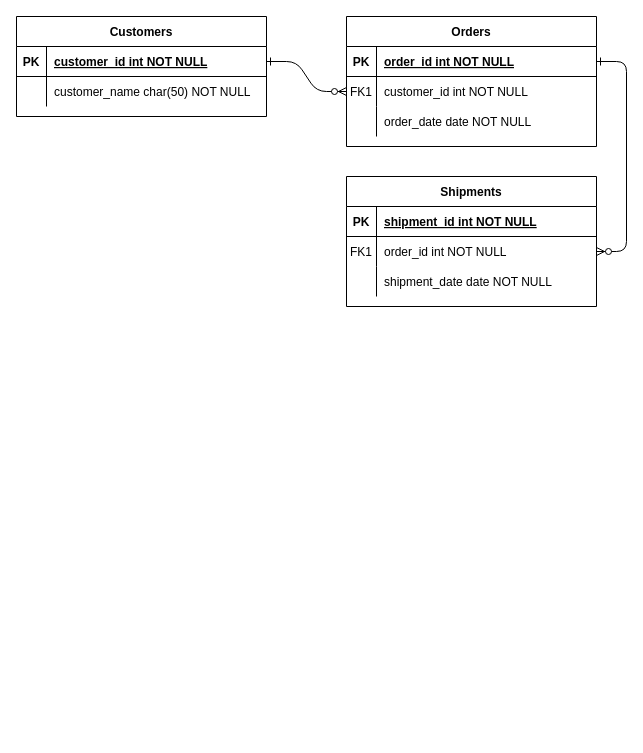
This is docs/Untitled Diagram.drawio from nicholas-133/sql-data-warehouse-project, a draw.io file, before an edit. Source tidied: cells renumbered, new cells numbered last; positions are measured from the earlier drawing's top-left corner, leaving out a move shared by most shapes. Both pictures are drawn from the tidied source at 100%, with x=0, y=0 at pixel (16, 16).
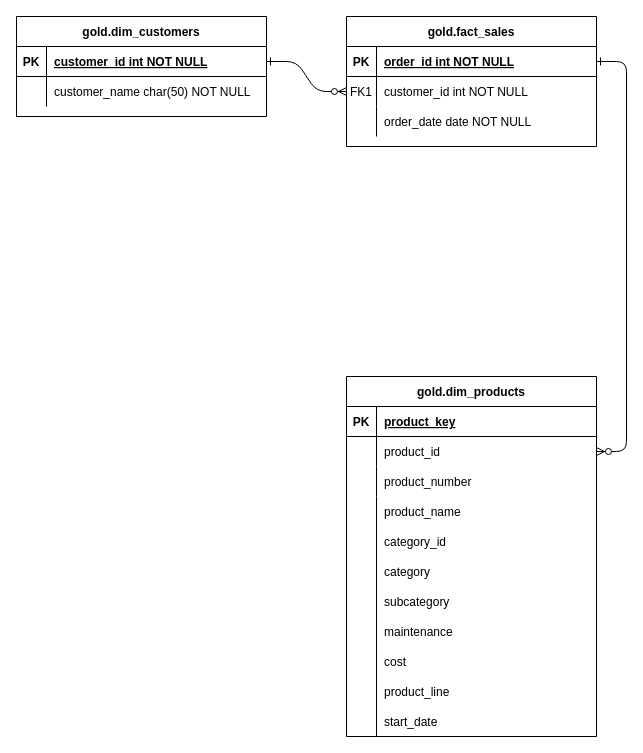
The same page after the edit.

Commit message (it also covers changes not shown here):
data_model

Unchanged cells that the change refers to:
```xml
<mxCell id="15" style="shape=partialRectangle;fillColor=none;top=0;left=0;right=0;bottom=1;" parent="14" vertex="1">
  <mxGeometry y="30" width="250" height="30" as="geometry" />
</mxCell>
<mxCell id="18" style="shape=partialRectangle;fillColor=none;points=[[0,0.5],[1,0.5]];portConstraint=eastwest;top=0;left=0;right=0;bottom=0;" parent="14" vertex="1">
  <mxGeometry y="60" width="250" height="30" as="geometry" />
</mxCell>
<mxCell id="21" style="shape=partialRectangle;fillColor=none;top=0;left=0;right=0;bottom=0;" parent="14" vertex="1">
  <mxGeometry y="90" width="250" height="30" as="geometry" />
</mxCell>
```

Diff of the diagram source:
```diff
@@
-    <mxCell id="4" value="Orders" style="shape=table;startSize=30;childLayout=tableLayout;rowLines=0;fontStyle=1;align=center;" parent="1" vertex="1">
+    <mxCell id="4" value="gold.fact_sales" style="shape=table;startSize=30;childLayout=tableLayout;rowLines=0;fontStyle=1;align=center;" parent="1" vertex="1">
       <mxGeometry x="330" width="250" height="130" as="geometry" />
     </mxCell>
@@
-    <mxCell id="14" value="Shipments" style="shape=table;startSize=30;childLayout=tableLayout;rowLines=0;fontStyle=1;align=center;" parent="1" vertex="1">
-      <mxGeometry x="330" y="160" width="250" height="130" as="geometry" />
+    <mxCell id="14" value="gold.dim_products" style="shape=table;startSize=30;childLayout=tableLayout;rowLines=0;fontStyle=1;align=center;" parent="1" vertex="1">
+      <mxGeometry x="330" y="360" width="250" height="360" as="geometry" />
     </mxCell>
@@
-    <mxCell id="17" value="shipment_id int NOT NULL " style="shape=partialRectangle;overflow=hidden;fillColor=none;top=0;left=0;bottom=0;right=0;align=left;spacingLeft=6;fontStyle=5;" parent="15" vertex="1">
+    <mxCell id="17" value="product_key" style="shape=partialRectangle;overflow=hidden;fillColor=none;top=0;left=0;bottom=0;right=0;align=left;spacingLeft=6;fontStyle=5;" parent="15" vertex="1">
       <mxGeometry x="30" width="220" height="30" as="geometry" />
     </mxCell>
@@
-    <mxCell id="19" value="FK1" style="shape=partialRectangle;overflow=hidden;fillColor=none;top=0;left=0;bottom=0;right=0;" parent="18" vertex="1">
+    <mxCell id="19" style="shape=partialRectangle;overflow=hidden;fillColor=none;top=0;left=0;bottom=0;right=0;" parent="18" vertex="1">
       <mxGeometry width="30" height="30" as="geometry" />
     </mxCell>
-    <mxCell id="20" value="order_id int NOT NULL" style="shape=partialRectangle;overflow=hidden;fillColor=none;top=0;left=0;bottom=0;right=0;align=left;spacingLeft=6;" parent="18" vertex="1">
+    <mxCell id="20" value="product_id" style="shape=partialRectangle;overflow=hidden;fillColor=none;top=0;left=0;bottom=0;right=0;align=left;spacingLeft=6;" parent="18" vertex="1">
       <mxGeometry x="30" width="220" height="30" as="geometry" />
     </mxCell>
@@
-    <mxCell id="23" value="shipment_date date NOT NULL" style="shape=partialRectangle;overflow=hidden;fillColor=none;top=0;left=0;bottom=0;right=0;align=left;spacingLeft=6;" parent="21" vertex="1">
+    <mxCell id="23" value="product_number" style="shape=partialRectangle;overflow=hidden;fillColor=none;top=0;left=0;bottom=0;right=0;align=left;spacingLeft=6;" parent="21" vertex="1">
       <mxGeometry x="30" width="220" height="30" as="geometry" />
     </mxCell>
-    <mxCell id="24" value="Customers" style="shape=table;startSize=30;childLayout=tableLayout;rowLines=0;fontStyle=1;align=center;" parent="1" vertex="1">
+    <mxCell id="24" value="gold.dim_customers" style="shape=table;startSize=30;childLayout=tableLayout;rowLines=0;fontStyle=1;align=center;" parent="1" vertex="1">
       <mxGeometry width="250" height="100" as="geometry" />
     </mxCell>
@@
+    <mxCell id="31" style="shape=partialRectangle;overflow=hidden;fillColor=none;top=0;left=0;bottom=0;right=0;strokeColor=default;" parent="1" vertex="1">
+      <mxGeometry x="330" y="480" width="30" height="30" as="geometry" />
+    </mxCell>
+    <mxCell id="32" value="product_name    " style="shape=partialRectangle;overflow=hidden;fillColor=none;top=0;left=0;bottom=0;right=0;align=left;spacingLeft=6;" parent="1" vertex="1">
+      <mxGeometry x="360" y="480" width="220" height="30" as="geometry" />
+    </mxCell>
+    <mxCell id="33" style="shape=partialRectangle;overflow=hidden;fillColor=none;top=0;left=0;bottom=0;right=0;strokeColor=default;" parent="1" vertex="1">
+      <mxGeometry x="330" y="510" width="30" height="30" as="geometry" />
+    </mxCell>
+    <mxCell id="34" value="category_id" style="shape=partialRectangle;overflow=hidden;fillColor=none;top=0;left=0;bottom=0;right=0;align=left;spacingLeft=6;" parent="1" vertex="1">
+      <mxGeometry x="360" y="510" width="220" height="30" as="geometry" />
+    </mxCell>
+    <mxCell id="35" style="shape=partialRectangle;overflow=hidden;fillColor=none;top=0;left=0;bottom=0;right=0;strokeColor=default;" parent="1" vertex="1">
+      <mxGeometry x="330" y="540" width="30" height="30" as="geometry" />
+    </mxCell>
+    <mxCell id="36" value="category" style="shape=partialRectangle;overflow=hidden;fillColor=none;top=0;left=0;bottom=0;right=0;align=left;spacingLeft=6;" parent="1" vertex="1">
+      <mxGeometry x="360" y="540" width="220" height="30" as="geometry" />
+    </mxCell>
+    <mxCell id="37" style="shape=partialRectangle;overflow=hidden;fillColor=none;top=0;left=0;bottom=0;right=0;strokeColor=default;" parent="1" vertex="1">
+      <mxGeometry x="330" y="570" width="30" height="30" as="geometry" />
+    </mxCell>
+    <mxCell id="38" value="subcategory" style="shape=partialRectangle;overflow=hidden;fillColor=none;top=0;left=0;bottom=0;right=0;align=left;spacingLeft=6;" parent="1" vertex="1">
+      <mxGeometry x="360" y="570" width="220" height="30" as="geometry" />
+    </mxCell>
+    <mxCell id="39" style="shape=partialRectangle;overflow=hidden;fillColor=none;top=0;left=0;bottom=0;right=0;strokeColor=default;" parent="1" vertex="1">
+      <mxGeometry x="330" y="600" width="30" height="30" as="geometry" />
+    </mxCell>
+    <mxCell id="40" value="maintenance" style="shape=partialRectangle;overflow=hidden;fillColor=none;top=0;left=0;bottom=0;right=0;align=left;spacingLeft=6;" parent="1" vertex="1">
+      <mxGeometry x="360" y="600" width="220" height="30" as="geometry" />
+    </mxCell>
+    <mxCell id="41" style="shape=partialRectangle;overflow=hidden;fillColor=none;top=0;left=0;bottom=0;right=0;strokeColor=default;" parent="1" vertex="1">
+      <mxGeometry x="330" y="630" width="30" height="30" as="geometry" />
+    </mxCell>
+    <mxCell id="42" value="cost" style="shape=partialRectangle;overflow=hidden;fillColor=none;top=0;left=0;bottom=0;right=0;align=left;spacingLeft=6;" parent="1" vertex="1">
+      <mxGeometry x="360" y="630" width="220" height="30" as="geometry" />
+    </mxCell>
+    <mxCell id="43" style="shape=partialRectangle;overflow=hidden;fillColor=none;top=0;left=0;bottom=0;right=0;strokeColor=default;" parent="1" vertex="1">
+      <mxGeometry x="330" y="660" width="30" height="30" as="geometry" />
+    </mxCell>
+    <mxCell id="44" value="product_line" style="shape=partialRectangle;overflow=hidden;fillColor=none;top=0;left=0;bottom=0;right=0;align=left;spacingLeft=6;" parent="1" vertex="1">
+      <mxGeometry x="360" y="660" width="220" height="30" as="geometry" />
+    </mxCell>
+    <mxCell id="45" style="shape=partialRectangle;overflow=hidden;fillColor=none;top=0;left=0;bottom=0;right=0;strokeColor=default;" parent="1" vertex="1">
+      <mxGeometry x="330" y="690" width="30" height="30" as="geometry" />
+    </mxCell>
+    <mxCell id="46" value="start_date" style="shape=partialRectangle;overflow=hidden;fillColor=none;top=0;left=0;bottom=0;right=0;align=left;spacingLeft=6;" parent="1" vertex="1">
+      <mxGeometry x="360" y="690" width="220" height="30" as="geometry" />
+    </mxCell>
+    <mxCell id="47" style="endArrow=none;html=1;rounded=0;" parent="1" edge="1">
+      <mxGeometry relative="1" as="geometry">
+        <mxPoint x="360" y="720" as="sourcePoint" />
+        <mxPoint x="360" y="480" as="targetPoint" />
+      </mxGeometry>
+    </mxCell>
```
